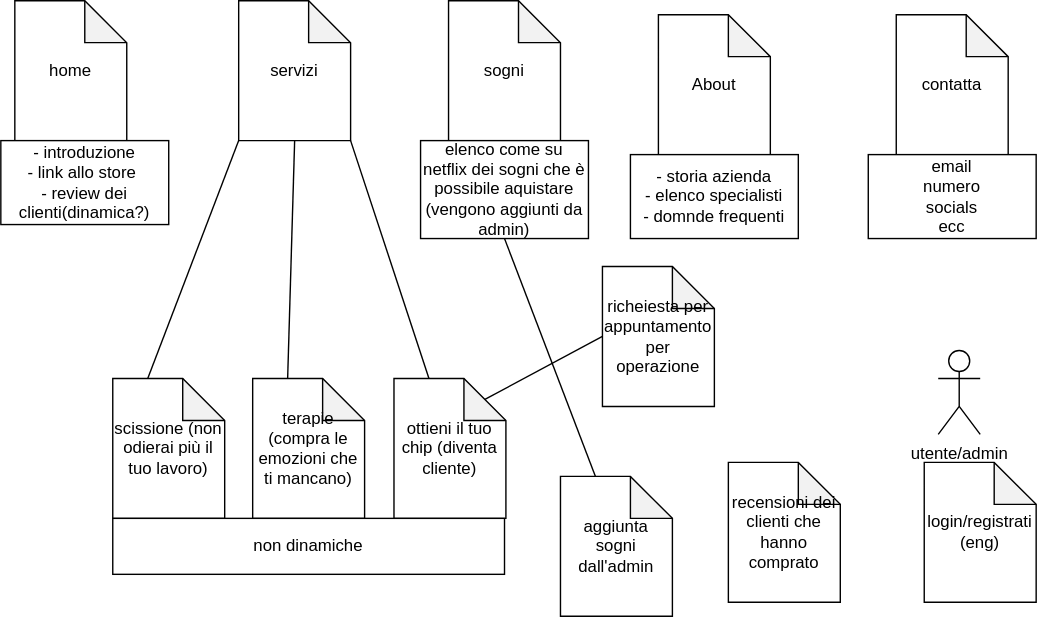
This is uml.drawio.svg from mhdmd01/TecWeb-V2, a draw.io export, as it was before one commit. Source tidied: cells renumbered, new cells last; positions are measured from the earlier drawing's top-left corner, leaving out a move shared by most shapes.
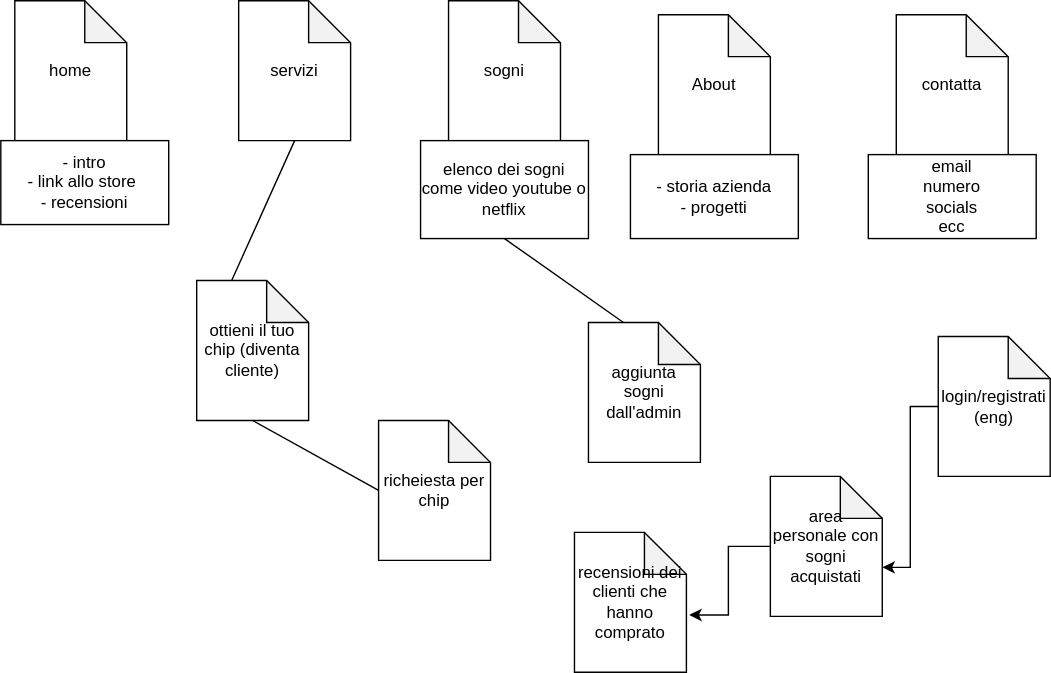
Above is the later version.

What changed in the source:
```diff
@@ -17,59 +17,50 @@
     <mxCell id="6" value="sogni" style="shape=note;whiteSpace=wrap;html=1;backgroundOutline=1;darkOpacity=0.05;" parent="1" vertex="1">
       <mxGeometry x="320" width="80" height="100" as="geometry" />
     </mxCell>
-    <mxCell id="7" value="scissione (non odierai più il tuo lavoro)" style="shape=note;whiteSpace=wrap;html=1;backgroundOutline=1;darkOpacity=0.05;" parent="1" vertex="1">
-      <mxGeometry x="80" y="270" width="80" height="100" as="geometry" />
-    </mxCell>
-    <mxCell id="8" value="terapie (compra le emozioni che ti mancano)" style="shape=note;whiteSpace=wrap;html=1;backgroundOutline=1;darkOpacity=0.05;" parent="1" vertex="1">
-      <mxGeometry x="180" y="270" width="80" height="100" as="geometry" />
-    </mxCell>
     <mxCell id="9" value="ottieni il tuo chip (diventa cliente)" style="shape=note;whiteSpace=wrap;html=1;backgroundOutline=1;darkOpacity=0.05;" parent="1" vertex="1">
-      <mxGeometry x="281" y="270" width="80" height="100" as="geometry" />
+      <mxGeometry x="140" y="200" width="80" height="100" as="geometry" />
     </mxCell>
-    <mxCell id="10" style="endArrow=none;html=1;rounded=0;exitX=0;exitY=0;exitDx=25;exitDy=0;exitPerimeter=0;entryX=0;entryY=1;entryDx=0;entryDy=0;entryPerimeter=0;" parent="1" edge="1" source="7" target="4">
-      <mxGeometry relative="1" as="geometry" />
-    </mxCell>
-    <mxCell id="11" style="endArrow=none;html=1;rounded=0;exitX=0;exitY=0;exitDx=25;exitDy=0;exitPerimeter=0;entryX=0.5;entryY=1;entryDx=0;entryDy=0;entryPerimeter=0;" parent="1" edge="1" source="8" target="4">
-      <mxGeometry relative="1" as="geometry" />
-    </mxCell>
-    <mxCell id="12" style="endArrow=none;html=1;rounded=0;exitX=0;exitY=0;exitDx=25;exitDy=0;exitPerimeter=0;entryX=1;entryY=1;entryDx=0;entryDy=0;entryPerimeter=0;" parent="1" edge="1" source="9" target="4">
+    <mxCell id="12" style="endArrow=none;html=1;rounded=0;exitX=0;exitY=0;exitDx=25;exitDy=0;exitPerimeter=0;entryX=0.5;entryY=1;entryDx=0;entryDy=0;entryPerimeter=0;" parent="1" edge="1" source="9" target="4">
       <mxGeometry relative="1" as="geometry" />
     </mxCell>
     <mxCell id="13" value="email&lt;div&gt;numero&lt;/div&gt;&lt;div&gt;socials&lt;/div&gt;&lt;div&gt;ecc&lt;/div&gt;" style="rounded=0;whiteSpace=wrap;html=1;" parent="1" vertex="1">
       <mxGeometry x="620" y="110" width="120" height="60" as="geometry" />
     </mxCell>
-    <mxCell id="14" value="- storia azienda&lt;div&gt;- elenco specialisti&lt;/div&gt;&lt;div&gt;- domnde frequenti&lt;/div&gt;" style="rounded=0;whiteSpace=wrap;html=1;" parent="1" vertex="1">
+    <mxCell id="14" value="- storia azienda&lt;div&gt;- progetti&lt;/div&gt;" style="rounded=0;whiteSpace=wrap;html=1;" parent="1" vertex="1">
       <mxGeometry x="450" y="110" width="120" height="60" as="geometry" />
     </mxCell>
-    <mxCell id="15" value="- introduzione&lt;div&gt;- link allo store&amp;nbsp;&lt;/div&gt;&lt;div&gt;- review dei clienti(dinamica?)&lt;/div&gt;" style="rounded=0;whiteSpace=wrap;html=1;" parent="1" vertex="1">
+    <mxCell id="15" value="- intro&lt;div&gt;- link allo store&amp;nbsp;&lt;/div&gt;&lt;div&gt;- recensioni&lt;/div&gt;" style="rounded=0;whiteSpace=wrap;html=1;" parent="1" vertex="1">
       <mxGeometry y="100" width="120" height="60" as="geometry" />
     </mxCell>
-    <mxCell id="16" value="elenco come su netflix dei sogni che è possibile aquistare&lt;div&gt;(vengono aggiunti da admin)&lt;/div&gt;" style="rounded=0;whiteSpace=wrap;html=1;" parent="1" vertex="1">
+    <mxCell id="16" value="elenco dei sogni come video youtube o netflix" style="rounded=0;whiteSpace=wrap;html=1;" parent="1" vertex="1">
       <mxGeometry x="300" y="100" width="120" height="70" as="geometry" />
     </mxCell>
-    <mxCell id="17" value="non dinamiche" style="rounded=0;whiteSpace=wrap;html=1;" parent="1" vertex="1">
-      <mxGeometry x="80" y="370" width="280" height="40" as="geometry" />
-    </mxCell>
     <mxCell id="18" value="login/registrati (eng)" style="shape=note;whiteSpace=wrap;html=1;backgroundOutline=1;darkOpacity=0.05;" parent="1" vertex="1">
-      <mxGeometry x="660" y="330" width="80" height="100" as="geometry" />
+      <mxGeometry x="670" y="240" width="80" height="100" as="geometry" />
     </mxCell>
     <mxCell id="19" value="aggiunta sogni dall'admin" style="shape=note;whiteSpace=wrap;html=1;backgroundOutline=1;darkOpacity=0.05;" parent="1" vertex="1">
-      <mxGeometry x="400" y="340" width="80" height="100" as="geometry" />
+      <mxGeometry x="420" y="230" width="80" height="100" as="geometry" />
     </mxCell>
-    <mxCell id="20" value="richeiesta per appuntamento per operazione" style="shape=note;whiteSpace=wrap;html=1;backgroundOutline=1;darkOpacity=0.05;" parent="1" vertex="1">
-      <mxGeometry x="430" y="190" width="80" height="100" as="geometry" />
+    <mxCell id="20" value="richeiesta per chip" style="shape=note;whiteSpace=wrap;html=1;backgroundOutline=1;darkOpacity=0.05;" parent="1" vertex="1">
+      <mxGeometry x="270" y="300" width="80" height="100" as="geometry" />
     </mxCell>
     <mxCell id="21" value="recensioni dei clienti che hanno comprato" style="shape=note;whiteSpace=wrap;html=1;backgroundOutline=1;darkOpacity=0.05;" parent="1" vertex="1">
-      <mxGeometry x="520" y="330" width="80" height="100" as="geometry" />
+      <mxGeometry x="410" y="380" width="80" height="100" as="geometry" />
     </mxCell>
-    <mxCell id="22" style="endArrow=none;html=1;rounded=0;entryX=0;entryY=0.5;entryDx=0;entryDy=0;entryPerimeter=0;exitX=0;exitY=0;exitDx=65;exitDy=15;exitPerimeter=0;" parent="1" edge="1" source="9" target="20">
+    <mxCell id="22" style="endArrow=none;html=1;rounded=0;entryX=0;entryY=0.5;entryDx=0;entryDy=0;entryPerimeter=0;exitX=0.5;exitY=1;exitDx=0;exitDy=0;exitPerimeter=0;" parent="1" edge="1" source="9" target="20">
       <mxGeometry relative="1" as="geometry" />
     </mxCell>
     <mxCell id="23" style="endArrow=none;html=1;rounded=0;entryX=0.5;entryY=1;entryDx=0;entryDy=0;exitX=0;exitY=0;exitDx=25;exitDy=0;exitPerimeter=0;" parent="1" edge="1" source="19" target="16">
       <mxGeometry relative="1" as="geometry" />
     </mxCell>
-    <mxCell id="24" value="utente/admin" style="shape=umlActor;verticalLabelPosition=bottom;verticalAlign=top;html=1;" parent="1" vertex="1">
-      <mxGeometry x="670" y="250" width="30" height="60" as="geometry" />
-    </mxCell>
+    <mxCell id="25" value="area personale con sogni acquistati" style="shape=note;whiteSpace=wrap;html=1;backgroundOutline=1;darkOpacity=0.05;" parent="1" vertex="1">
+      <mxGeometry x="550" y="340" width="80" height="100" as="geometry" />
+    </mxCell>
+    <mxCell id="26" style="edgeStyle=orthogonalEdgeStyle;rounded=0;jettySize=auto;html=1;exitX=0;exitY=0.5;exitDx=0;exitDy=0;exitPerimeter=0;entryX=1.025;entryY=0.59;entryDx=0;entryDy=0;entryPerimeter=0;" parent="1" edge="1" source="25" target="21">
+      <mxGeometry relative="1" as="geometry" />
+    </mxCell>
+    <mxCell id="27" style="edgeStyle=orthogonalEdgeStyle;rounded=0;jettySize=auto;html=1;exitX=0;exitY=0.5;exitDx=0;exitDy=0;exitPerimeter=0;entryX=0;entryY=0;entryDx=80;entryDy=65;entryPerimeter=0;" parent="1" edge="1" source="18" target="25">
+      <mxGeometry relative="1" as="geometry" />
+    </mxCell>
   </root>
 </mxGraphModel>
```
